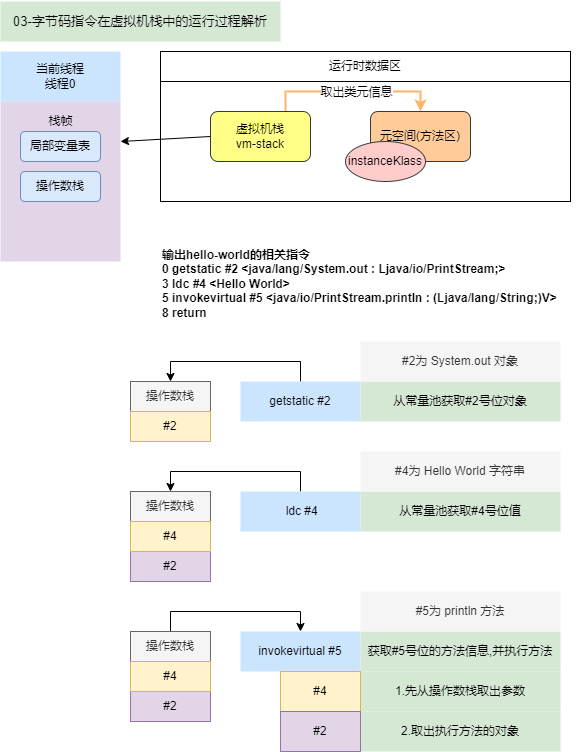
yufarui/simple_picture keeps this draw.io diagram as jvm/bytecode_instruction_running_explain.png. Above is the earlier version. Source tidied: cells renumbered, new cells last; positions are measured from the earlier drawing's top-left corner, leaving out a move shared by most shapes. Source of this version:
```xml
<mxGraphModel background="#ffffff">
  <root>
    <mxCell id="0" />
    <mxCell id="1" parent="0" />
    <mxCell id="2" style="rounded=0;whiteSpace=wrap;html=1;fontSize=12;" parent="1" vertex="1">
      <mxGeometry x="160" y="80" width="410" height="120" as="geometry" />
    </mxCell>
    <mxCell id="3" style="edgeStyle=orthogonalEdgeStyle;rounded=0;jettySize=auto;html=1;exitX=0.75;exitY=0;exitDx=0;exitDy=0;entryX=0.5;entryY=0;entryDx=0;entryDy=0;strokeColor=#FFB366;strokeWidth=2;" parent="1" edge="1" source="6" target="7">
      <mxGeometry relative="1" as="geometry" />
    </mxCell>
    <mxCell id="4" value="取出类元信息" style="edgeLabel;html=1;align=center;verticalAlign=middle;" parent="3" vertex="1">
      <mxGeometry x="0.17" y="-1" relative="1" as="geometry">
        <mxPoint x="-12" y="-1" as="offset" />
      </mxGeometry>
    </mxCell>
    <mxCell id="5" style="edgeStyle=none;rounded=0;jettySize=auto;html=1;exitX=0;exitY=0.5;exitDx=0;exitDy=0;entryX=1;entryY=0.25;entryDx=0;entryDy=0;" parent="1" edge="1" source="6" target="13">
      <mxGeometry relative="1" as="geometry" />
    </mxCell>
    <mxCell id="6" value="虚拟机栈&lt;br&gt;vm-stack" style="rounded=1;whiteSpace=wrap;html=1;fillColor=#ffff88;strokeColor=#36393d;" parent="1" vertex="1">
      <mxGeometry x="210" y="110" width="100" height="50" as="geometry" />
    </mxCell>
    <mxCell id="7" value="元空间(方法区)" style="rounded=1;whiteSpace=wrap;html=1;fillColor=#ffcc99;strokeColor=#36393d;" parent="1" vertex="1">
      <mxGeometry x="370" y="110" width="100" height="50" as="geometry" />
    </mxCell>
    <mxCell id="8" value="instanceKlass" style="ellipse;whiteSpace=wrap;html=1;fillColor=#ffcccc;strokeColor=#36393d;" parent="1" vertex="1">
      <mxGeometry x="345" y="140" width="80" height="40" as="geometry" />
    </mxCell>
    <mxCell id="9" value="运行时数据区" style="rounded=0;whiteSpace=wrap;html=1;fontSize=12;" parent="1" vertex="1">
      <mxGeometry x="160" y="50" width="410" height="30" as="geometry" />
    </mxCell>
    <mxCell id="10" style="edgeStyle=orthogonalEdgeStyle;rounded=0;jettySize=auto;html=1;exitX=0.5;exitY=0;exitDx=0;exitDy=0;entryX=0.5;entryY=0;entryDx=0;entryDy=0;" parent="1" edge="1" source="11" target="18">
      <mxGeometry relative="1" as="geometry" />
    </mxCell>
    <mxCell id="11" value="&lt;span style=&quot;text-align: left&quot;&gt;getstatic #2&lt;/span&gt;" style="rounded=0;whiteSpace=wrap;html=1;fontSize=12;strokeColor=none;fillColor=#cce5ff;" parent="1" vertex="1">
      <mxGeometry x="240" y="380" width="120" height="40" as="geometry" />
    </mxCell>
    <mxCell id="12" value="当前线程&lt;br&gt;线程0" style="rounded=0;whiteSpace=wrap;html=1;fontSize=12;strokeColor=none;fillColor=#cce5ff;" parent="1" vertex="1">
      <mxGeometry y="50" width="120" height="50" as="geometry" />
    </mxCell>
    <mxCell id="13" style="rounded=0;whiteSpace=wrap;html=1;fontSize=12;fillColor=#e1d5e7;strokeColor=none;" parent="1" vertex="1">
      <mxGeometry y="100" width="120" height="160" as="geometry" />
    </mxCell>
    <mxCell id="14" value="栈帧" style="text;html=1;align=center;verticalAlign=middle;strokeColor=none;fillColor=none;" parent="1" vertex="1">
      <mxGeometry x="40" y="110" width="40" height="20" as="geometry" />
    </mxCell>
    <mxCell id="15" value="局部变量表" style="rounded=1;whiteSpace=wrap;html=1;fillColor=#dae8fc;strokeColor=#6c8ebf;" parent="1" vertex="1">
      <mxGeometry x="20" y="130" width="80" height="30" as="geometry" />
    </mxCell>
    <mxCell id="16" value="操作数栈" style="rounded=1;whiteSpace=wrap;html=1;fillColor=#dae8fc;strokeColor=#6c8ebf;" parent="1" vertex="1">
      <mxGeometry x="20" y="170" width="80" height="30" as="geometry" />
    </mxCell>
    <mxCell id="17" value="从常量池获取#2号位对象" style="rounded=0;whiteSpace=wrap;html=1;fontSize=12;strokeColor=none;fillColor=#d5e8d4;" parent="1" vertex="1">
      <mxGeometry x="360" y="380" width="200" height="40" as="geometry" />
    </mxCell>
    <mxCell id="18" value="操作数栈" style="rounded=0;whiteSpace=wrap;html=1;fillColor=#f5f5f5;strokeColor=#666666;fontColor=#333333;" parent="1" vertex="1">
      <mxGeometry x="130" y="380" width="80" height="30" as="geometry" />
    </mxCell>
    <mxCell id="19" value="#2" style="rounded=0;whiteSpace=wrap;html=1;fillColor=#fff2cc;strokeColor=#d6b656;" parent="1" vertex="1">
      <mxGeometry x="130" y="410" width="80" height="30" as="geometry" />
    </mxCell>
    <mxCell id="20" style="edgeStyle=orthogonalEdgeStyle;rounded=0;jettySize=auto;html=1;exitX=0.5;exitY=0;exitDx=0;exitDy=0;entryX=0.5;entryY=0;entryDx=0;entryDy=0;" parent="1" edge="1" source="21" target="23">
      <mxGeometry relative="1" as="geometry" />
    </mxCell>
    <mxCell id="21" value="&lt;div style=&quot;text-align: left&quot;&gt;&lt;span&gt;&amp;nbsp;ldc #4&lt;/span&gt;&lt;/div&gt;" style="rounded=0;whiteSpace=wrap;html=1;fontSize=12;strokeColor=none;fillColor=#cce5ff;" parent="1" vertex="1">
      <mxGeometry x="240" y="490" width="120" height="40" as="geometry" />
    </mxCell>
    <mxCell id="22" value="从常量池获取#4号位值" style="rounded=0;whiteSpace=wrap;html=1;fontSize=12;strokeColor=none;fillColor=#d5e8d4;" parent="1" vertex="1">
      <mxGeometry x="360" y="490" width="200" height="40" as="geometry" />
    </mxCell>
    <mxCell id="23" value="操作数栈" style="rounded=0;whiteSpace=wrap;html=1;fillColor=#f5f5f5;strokeColor=#666666;fontColor=#333333;" parent="1" vertex="1">
      <mxGeometry x="130" y="490" width="80" height="30" as="geometry" />
    </mxCell>
    <mxCell id="24" value="#2" style="rounded=0;whiteSpace=wrap;html=1;fillColor=#e1d5e7;strokeColor=#9673a6;" parent="1" vertex="1">
      <mxGeometry x="130" y="550" width="80" height="30" as="geometry" />
    </mxCell>
    <mxCell id="25" value="&lt;div&gt;&lt;b&gt;输出hello-world的相关指令&lt;/b&gt;&lt;/div&gt;&lt;div&gt;&lt;b&gt;0 getstatic #2 &amp;lt;java/lang/System.out : Ljava/io/PrintStream;&amp;gt;&lt;/b&gt;&lt;/div&gt;&lt;div&gt;&lt;b&gt;3 ldc #4 &amp;lt;Hello World&amp;gt;&lt;/b&gt;&lt;/div&gt;&lt;div&gt;&lt;b&gt;5 invokevirtual #5 &amp;lt;java/io/PrintStream.println : (Ljava/lang/String;)V&amp;gt;&lt;/b&gt;&lt;/div&gt;&lt;div&gt;&lt;b&gt;8 return&lt;/b&gt;&lt;/div&gt;" style="text;whiteSpace=wrap;html=1;" parent="1" vertex="1">
      <mxGeometry x="160" y="240" width="420" height="80" as="geometry" />
    </mxCell>
    <mxCell id="26" value="#4" style="rounded=0;whiteSpace=wrap;html=1;fillColor=#fff2cc;strokeColor=#d6b656;" parent="1" vertex="1">
      <mxGeometry x="130" y="520" width="80" height="30" as="geometry" />
    </mxCell>
    <mxCell id="27" value="&lt;div style=&quot;text-align: left&quot;&gt;invokevirtual #5&lt;br&gt;&lt;/div&gt;" style="rounded=0;whiteSpace=wrap;html=1;fontSize=12;strokeColor=none;fillColor=#cce5ff;" parent="1" vertex="1">
      <mxGeometry x="240" y="630" width="120" height="40" as="geometry" />
    </mxCell>
    <mxCell id="28" value="获取#5号位的方法信息,并执行方法" style="rounded=0;whiteSpace=wrap;html=1;fontSize=12;strokeColor=none;fillColor=#d5e8d4;" parent="1" vertex="1">
      <mxGeometry x="360" y="630" width="200" height="40" as="geometry" />
    </mxCell>
    <mxCell id="29" style="edgeStyle=orthogonalEdgeStyle;rounded=0;jettySize=auto;html=1;exitX=0.5;exitY=0;exitDx=0;exitDy=0;entryX=0.5;entryY=0;entryDx=0;entryDy=0;fontFamily=Helvetica;" parent="1" edge="1" source="30" target="27">
      <mxGeometry relative="1" as="geometry" />
    </mxCell>
    <mxCell id="30" value="操作数栈" style="rounded=0;whiteSpace=wrap;html=1;fillColor=#f5f5f5;strokeColor=#666666;fontColor=#333333;" parent="1" vertex="1">
      <mxGeometry x="130" y="630" width="80" height="30" as="geometry" />
    </mxCell>
    <mxCell id="31" value="#2" style="rounded=0;whiteSpace=wrap;html=1;fillColor=#e1d5e7;strokeColor=#9673a6;" parent="1" vertex="1">
      <mxGeometry x="130" y="690" width="80" height="30" as="geometry" />
    </mxCell>
    <mxCell id="32" value="#4" style="rounded=0;whiteSpace=wrap;html=1;fillColor=#fff2cc;strokeColor=#d6b656;" parent="1" vertex="1">
      <mxGeometry x="130" y="660" width="80" height="30" as="geometry" />
    </mxCell>
    <mxCell id="33" value="1.先从操作数栈取出参数" style="rounded=0;whiteSpace=wrap;html=1;fontSize=12;strokeColor=none;fillColor=#d5e8d4;" parent="1" vertex="1">
      <mxGeometry x="360" y="670" width="200" height="40" as="geometry" />
    </mxCell>
    <mxCell id="34" value="2.取出执行方法的对象" style="rounded=0;whiteSpace=wrap;html=1;fontSize=12;strokeColor=none;fillColor=#d5e8d4;" parent="1" vertex="1">
      <mxGeometry x="360" y="710" width="200" height="40" as="geometry" />
    </mxCell>
    <mxCell id="35" value="#4" style="rounded=0;whiteSpace=wrap;html=1;fillColor=#fff2cc;strokeColor=#d6b656;" parent="1" vertex="1">
      <mxGeometry x="280" y="670" width="80" height="40" as="geometry" />
    </mxCell>
    <mxCell id="36" value="#2" style="rounded=0;whiteSpace=wrap;html=1;fillColor=#e1d5e7;strokeColor=#9673a6;" parent="1" vertex="1">
      <mxGeometry x="280" y="710" width="80" height="40" as="geometry" />
    </mxCell>
    <mxCell id="37" value="#2为 System.out 对象" style="rounded=0;whiteSpace=wrap;html=1;fontSize=12;strokeColor=none;fillColor=#f5f5f5;fontColor=#333333;" parent="1" vertex="1">
      <mxGeometry x="360" y="340" width="200" height="40" as="geometry" />
    </mxCell>
    <mxCell id="38" value="#4为 Hello World 字符串" style="rounded=0;whiteSpace=wrap;html=1;fontSize=12;strokeColor=none;fillColor=#f5f5f5;fontColor=#333333;" parent="1" vertex="1">
      <mxGeometry x="360" y="450" width="200" height="40" as="geometry" />
    </mxCell>
    <mxCell id="39" value="#5为 println 方法" style="rounded=0;whiteSpace=wrap;html=1;fontSize=12;strokeColor=none;fillColor=#f5f5f5;fontColor=#333333;" parent="1" vertex="1">
      <mxGeometry x="360" y="590" width="200" height="40" as="geometry" />
    </mxCell>
    <mxCell id="40" value="&lt;pre style=&quot;text-align: left ; font-size: 9.8pt&quot;&gt;&lt;font face=&quot;Helvetica&quot;&gt;03-字节码指令在虚拟机栈中的运行过程解析&lt;/font&gt;&lt;/pre&gt;" style="rounded=0;whiteSpace=wrap;html=1;fontSize=12;strokeColor=none;fillColor=#d5e8d4;labelBackgroundColor=none;fontFamily=Helvetica;" parent="1" vertex="1">
      <mxGeometry width="280" height="40" as="geometry" />
    </mxCell>
  </root>
</mxGraphModel>
```
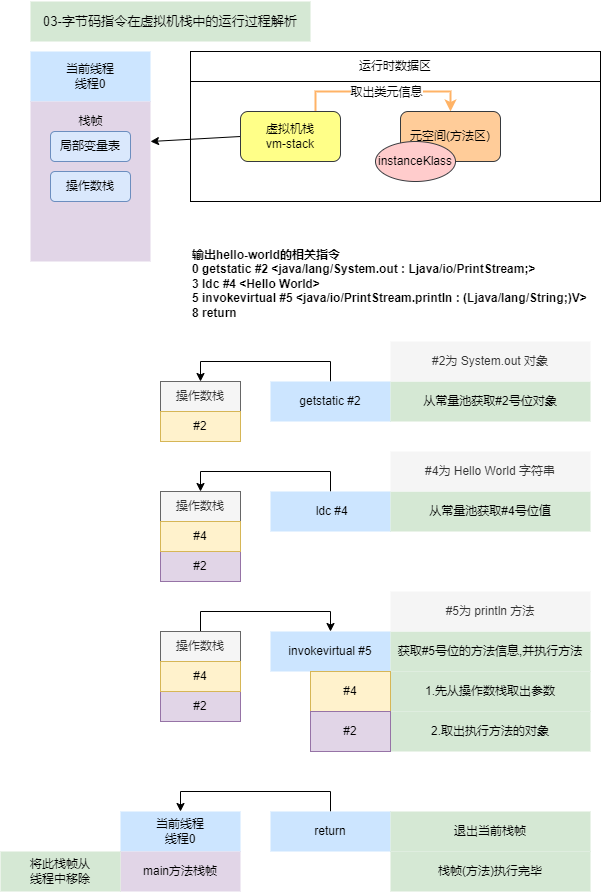
After the change.

Diff of the diagram source:
```diff
@@ -121,5 +121,26 @@
     <mxCell id="40" value="&lt;pre style=&quot;text-align: left ; font-size: 9.8pt&quot;&gt;&lt;font face=&quot;Helvetica&quot;&gt;03-字节码指令在虚拟机栈中的运行过程解析&lt;/font&gt;&lt;/pre&gt;" style="rounded=0;whiteSpace=wrap;html=1;fontSize=12;strokeColor=none;fillColor=#d5e8d4;labelBackgroundColor=none;fontFamily=Helvetica;" parent="1" vertex="1">
       <mxGeometry width="280" height="40" as="geometry" />
     </mxCell>
+    <mxCell id="41" style="edgeStyle=orthogonalEdgeStyle;rounded=0;jettySize=auto;html=1;exitX=0.5;exitY=0;exitDx=0;exitDy=0;entryX=0.5;entryY=0;entryDx=0;entryDy=0;fontFamily=Helvetica;" parent="1" edge="1" source="42" target="44">
+      <mxGeometry relative="1" as="geometry" />
+    </mxCell>
+    <mxCell id="42" value="&lt;div style=&quot;text-align: left&quot;&gt;return&lt;br&gt;&lt;/div&gt;" style="rounded=0;whiteSpace=wrap;html=1;fontSize=12;strokeColor=none;fillColor=#cce5ff;" parent="1" vertex="1">
+      <mxGeometry x="240" y="810" width="120" height="40" as="geometry" />
+    </mxCell>
+    <mxCell id="43" value="退出当前栈帧" style="rounded=0;whiteSpace=wrap;html=1;fontSize=12;strokeColor=none;fillColor=#d5e8d4;" parent="1" vertex="1">
+      <mxGeometry x="360" y="810" width="200" height="40" as="geometry" />
+    </mxCell>
+    <mxCell id="44" value="当前线程&lt;br&gt;线程0" style="rounded=0;whiteSpace=wrap;html=1;fontSize=12;strokeColor=none;fillColor=#cce5ff;" parent="1" vertex="1">
+      <mxGeometry x="90" y="810" width="120" height="40" as="geometry" />
+    </mxCell>
+    <mxCell id="45" value="main方法栈帧" style="rounded=0;whiteSpace=wrap;html=1;fontSize=12;fillColor=#e1d5e7;strokeColor=none;" parent="1" vertex="1">
+      <mxGeometry x="90" y="850" width="120" height="40" as="geometry" />
+    </mxCell>
+    <mxCell id="46" value="将此栈帧从&lt;br&gt;线程中移除" style="rounded=0;whiteSpace=wrap;html=1;fontSize=12;fillColor=#d5e8d4;strokeColor=none;" parent="1" vertex="1">
+      <mxGeometry x="-30" y="850" width="120" height="40" as="geometry" />
+    </mxCell>
+    <mxCell id="47" value="栈帧(方法)执行完毕" style="rounded=0;whiteSpace=wrap;html=1;fontSize=12;strokeColor=none;fillColor=#d5e8d4;" parent="1" vertex="1">
+      <mxGeometry x="360" y="850" width="200" height="40" as="geometry" />
+    </mxCell>
   </root>
 </mxGraphModel>
```
